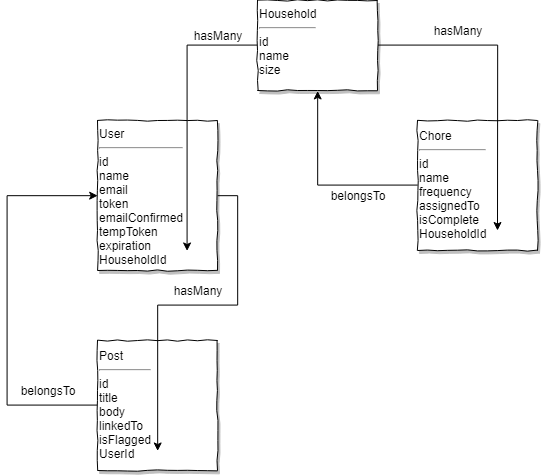
Above: images/dblayout.png in ejhalpin/Project2 (draw.io), before the change. Source tidied: cells renumbered, new cells last; positions are measured from the earlier drawing's top-left corner, leaving out a move shared by most shapes. Source of this version:
```xml
<mxGraphModel background="#FFFFFF">
  <root>
    <mxCell id="0" />
    <mxCell id="1" parent="0" />
    <mxCell id="2" style="edgeStyle=orthogonalEdgeStyle;rounded=0;jettySize=auto;html=1;exitX=0;exitY=0.5;exitDx=0;exitDy=0;entryX=0;entryY=0.5;entryDx=0;entryDy=0;" parent="1" edge="1" source="3" target="7">
      <mxGeometry relative="1" as="geometry">
        <Array as="points">
          <mxPoint y="405" />
          <mxPoint y="195" />
        </Array>
      </mxGeometry>
    </mxCell>
    <mxCell id="3" value="Post&lt;br&gt;&lt;hr&gt;id&lt;br&gt;title&lt;br&gt;body&lt;br&gt;linkedTo&lt;br&gt;isFlagged&lt;br&gt;UserId" style="rounded=0;whiteSpace=wrap;html=1;comic=1;shadow=1;align=left;" parent="1" vertex="1">
      <mxGeometry x="90" y="340" width="120" height="130" as="geometry" />
    </mxCell>
    <mxCell id="4" style="edgeStyle=orthogonalEdgeStyle;rounded=0;jettySize=auto;html=1;exitX=0;exitY=0.5;exitDx=0;exitDy=0;entryX=0.5;entryY=1;entryDx=0;entryDy=0;" parent="1" edge="1" source="5" target="10">
      <mxGeometry relative="1" as="geometry" />
    </mxCell>
    <mxCell id="5" value="Chore&lt;br&gt;&lt;hr&gt;id&lt;br&gt;name&lt;br&gt;frequency&lt;br&gt;assignedTo&lt;br&gt;isComplete&lt;br&gt;HouseholdId" style="rounded=0;whiteSpace=wrap;html=1;shadow=1;labelPosition=center;verticalLabelPosition=middle;align=left;verticalAlign=middle;comic=1;" parent="1" vertex="1">
      <mxGeometry x="410" y="120" width="120" height="130" as="geometry" />
    </mxCell>
    <mxCell id="6" style="edgeStyle=orthogonalEdgeStyle;rounded=0;jettySize=auto;html=1;exitX=1;exitY=0.5;exitDx=0;exitDy=0;entryX=0.5;entryY=0.846;entryDx=0;entryDy=0;entryPerimeter=0;" parent="1" edge="1" source="7" target="3">
      <mxGeometry relative="1" as="geometry" />
    </mxCell>
    <mxCell id="7" value="User&lt;br&gt;&lt;hr&gt;id&lt;br&gt;name&lt;br&gt;email&lt;br&gt;token&lt;br&gt;emailConfirmed&lt;br&gt;tempToken&lt;br&gt;expiration&lt;br&gt;HouseholdId" style="rounded=0;whiteSpace=wrap;html=1;align=left;shadow=1;verticalAlign=top;glass=0;comic=1;" parent="1" vertex="1">
      <mxGeometry x="90" y="120" width="120" height="150" as="geometry" />
    </mxCell>
    <mxCell id="8" style="edgeStyle=orthogonalEdgeStyle;rounded=0;jettySize=auto;html=1;exitX=1;exitY=0.5;exitDx=0;exitDy=0;" parent="1" edge="1" source="10">
      <mxGeometry relative="1" as="geometry">
        <mxPoint x="490" y="230" as="targetPoint" />
      </mxGeometry>
    </mxCell>
    <mxCell id="9" style="edgeStyle=orthogonalEdgeStyle;rounded=0;jettySize=auto;html=1;exitX=0;exitY=0.5;exitDx=0;exitDy=0;entryX=0.75;entryY=0.867;entryDx=0;entryDy=0;entryPerimeter=0;" parent="1" edge="1" source="10" target="7">
      <mxGeometry relative="1" as="geometry" />
    </mxCell>
    <mxCell id="10" value="Household&lt;br&gt;&lt;hr&gt;id&amp;nbsp;&lt;br&gt;name&lt;br&gt;size" style="rounded=0;whiteSpace=wrap;html=1;align=left;perimeterSpacing=0;glass=0;shadow=1;labelPosition=center;verticalLabelPosition=middle;verticalAlign=top;comic=1;" parent="1" vertex="1">
      <mxGeometry x="250" width="120" height="90" as="geometry" />
    </mxCell>
    <mxCell id="11" value="hasMany" style="text;html=1;strokeColor=none;fillColor=none;align=center;verticalAlign=middle;whiteSpace=wrap;rounded=0;shadow=1;glass=0;comic=1;" parent="1" vertex="1">
      <mxGeometry x="170" y="25" width="80" height="20" as="geometry" />
    </mxCell>
    <mxCell id="12" value="hasMany" style="text;html=1;strokeColor=none;fillColor=none;align=center;verticalAlign=middle;whiteSpace=wrap;rounded=0;shadow=1;glass=0;comic=1;" parent="1" vertex="1">
      <mxGeometry x="410" y="20" width="80" height="20" as="geometry" />
    </mxCell>
    <mxCell id="13" value="belongsTo" style="text;html=1;strokeColor=none;fillColor=none;align=center;verticalAlign=middle;whiteSpace=wrap;rounded=0;shadow=1;glass=0;comic=1;" parent="1" vertex="1">
      <mxGeometry x="310" y="185" width="80" height="20" as="geometry" />
    </mxCell>
    <mxCell id="14" value="hasMany" style="text;html=1;strokeColor=none;fillColor=none;align=center;verticalAlign=middle;whiteSpace=wrap;rounded=0;shadow=1;glass=0;comic=1;" parent="1" vertex="1">
      <mxGeometry x="150" y="280" width="80" height="20" as="geometry" />
    </mxCell>
    <mxCell id="15" value="belongsTo" style="text;html=1;strokeColor=none;fillColor=none;align=center;verticalAlign=middle;whiteSpace=wrap;rounded=0;shadow=1;glass=0;comic=1;" parent="1" vertex="1">
      <mxGeometry y="380" width="80" height="20" as="geometry" />
    </mxCell>
  </root>
</mxGraphModel>
```
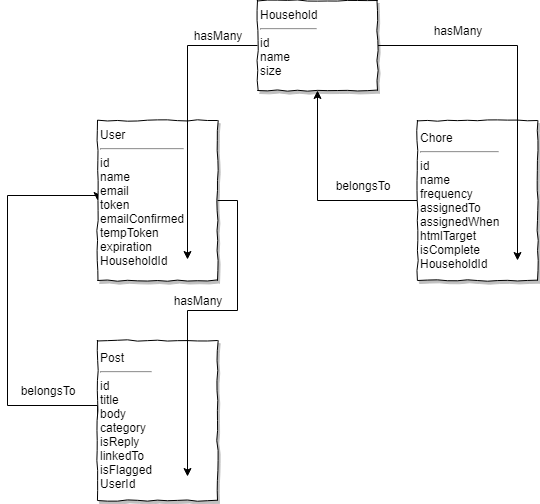
After the change.

Change to the diagram source:
```diff
@@ -10,25 +10,23 @@
         </Array>
       </mxGeometry>
     </mxCell>
-    <mxCell id="3" value="Post&lt;br&gt;&lt;hr&gt;id&lt;br&gt;title&lt;br&gt;body&lt;br&gt;linkedTo&lt;br&gt;isFlagged&lt;br&gt;UserId" style="rounded=0;whiteSpace=wrap;html=1;comic=1;shadow=1;align=left;" parent="1" vertex="1">
-      <mxGeometry x="90" y="340" width="120" height="130" as="geometry" />
+    <mxCell id="3" value="Post&lt;br&gt;&lt;hr&gt;id&lt;br&gt;title&lt;br&gt;body&lt;br&gt;category&lt;br&gt;isReply&lt;br&gt;linkedTo&lt;br&gt;isFlagged&lt;br&gt;UserId" style="rounded=0;whiteSpace=wrap;html=1;comic=1;shadow=1;align=left;" parent="1" vertex="1">
+      <mxGeometry x="90" y="340" width="120" height="160" as="geometry" />
     </mxCell>
     <mxCell id="4" style="edgeStyle=orthogonalEdgeStyle;rounded=0;jettySize=auto;html=1;exitX=0;exitY=0.5;exitDx=0;exitDy=0;entryX=0.5;entryY=1;entryDx=0;entryDy=0;" parent="1" edge="1" source="5" target="10">
       <mxGeometry relative="1" as="geometry" />
     </mxCell>
-    <mxCell id="5" value="Chore&lt;br&gt;&lt;hr&gt;id&lt;br&gt;name&lt;br&gt;frequency&lt;br&gt;assignedTo&lt;br&gt;isComplete&lt;br&gt;HouseholdId" style="rounded=0;whiteSpace=wrap;html=1;shadow=1;labelPosition=center;verticalLabelPosition=middle;align=left;verticalAlign=middle;comic=1;" parent="1" vertex="1">
-      <mxGeometry x="410" y="120" width="120" height="130" as="geometry" />
+    <mxCell id="5" value="Chore&lt;br&gt;&lt;hr&gt;id&lt;br&gt;name&lt;br&gt;frequency&lt;br&gt;assignedTo&lt;br&gt;assignedWhen&lt;br&gt;htmlTarget&lt;br&gt;isComplete&lt;br&gt;HouseholdId" style="rounded=0;whiteSpace=wrap;html=1;shadow=1;labelPosition=center;verticalLabelPosition=middle;align=left;verticalAlign=middle;comic=1;" parent="1" vertex="1">
+      <mxGeometry x="410" y="120" width="120" height="160" as="geometry" />
     </mxCell>
-    <mxCell id="6" style="edgeStyle=orthogonalEdgeStyle;rounded=0;jettySize=auto;html=1;exitX=1;exitY=0.5;exitDx=0;exitDy=0;entryX=0.5;entryY=0.846;entryDx=0;entryDy=0;entryPerimeter=0;" parent="1" edge="1" source="7" target="3">
+    <mxCell id="6" style="edgeStyle=orthogonalEdgeStyle;rounded=0;jettySize=auto;html=1;exitX=1;exitY=0.5;exitDx=0;exitDy=0;entryX=0.75;entryY=0.847;entryDx=0;entryDy=0;entryPerimeter=0;" parent="1" edge="1" source="7" target="3">
       <mxGeometry relative="1" as="geometry" />
     </mxCell>
     <mxCell id="7" value="User&lt;br&gt;&lt;hr&gt;id&lt;br&gt;name&lt;br&gt;email&lt;br&gt;token&lt;br&gt;emailConfirmed&lt;br&gt;tempToken&lt;br&gt;expiration&lt;br&gt;HouseholdId" style="rounded=0;whiteSpace=wrap;html=1;align=left;shadow=1;verticalAlign=top;glass=0;comic=1;" parent="1" vertex="1">
-      <mxGeometry x="90" y="120" width="120" height="150" as="geometry" />
+      <mxGeometry x="90" y="120" width="120" height="160" as="geometry" />
     </mxCell>
-    <mxCell id="8" style="edgeStyle=orthogonalEdgeStyle;rounded=0;jettySize=auto;html=1;exitX=1;exitY=0.5;exitDx=0;exitDy=0;" parent="1" edge="1" source="10">
-      <mxGeometry relative="1" as="geometry">
-        <mxPoint x="490" y="230" as="targetPoint" />
-      </mxGeometry>
+    <mxCell id="8" style="edgeStyle=orthogonalEdgeStyle;rounded=0;jettySize=auto;html=1;exitX=1;exitY=0.5;exitDx=0;exitDy=0;entryX=0.833;entryY=0.875;entryDx=0;entryDy=0;entryPerimeter=0;" parent="1" edge="1" source="10" target="5">
+      <mxGeometry relative="1" as="geometry" />
     </mxCell>
     <mxCell id="9" style="edgeStyle=orthogonalEdgeStyle;rounded=0;jettySize=auto;html=1;exitX=0;exitY=0.5;exitDx=0;exitDy=0;entryX=0.75;entryY=0.867;entryDx=0;entryDy=0;entryPerimeter=0;" parent="1" edge="1" source="10" target="7">
       <mxGeometry relative="1" as="geometry" />
@@ -43,10 +41,10 @@
       <mxGeometry x="410" y="20" width="80" height="20" as="geometry" />
     </mxCell>
     <mxCell id="13" value="belongsTo" style="text;html=1;strokeColor=none;fillColor=none;align=center;verticalAlign=middle;whiteSpace=wrap;rounded=0;shadow=1;glass=0;comic=1;" parent="1" vertex="1">
-      <mxGeometry x="310" y="185" width="80" height="20" as="geometry" />
+      <mxGeometry x="315" y="175" width="80" height="20" as="geometry" />
     </mxCell>
     <mxCell id="14" value="hasMany" style="text;html=1;strokeColor=none;fillColor=none;align=center;verticalAlign=middle;whiteSpace=wrap;rounded=0;shadow=1;glass=0;comic=1;" parent="1" vertex="1">
-      <mxGeometry x="150" y="280" width="80" height="20" as="geometry" />
+      <mxGeometry x="150" y="290" width="80" height="20" as="geometry" />
     </mxCell>
     <mxCell id="15" value="belongsTo" style="text;html=1;strokeColor=none;fillColor=none;align=center;verticalAlign=middle;whiteSpace=wrap;rounded=0;shadow=1;glass=0;comic=1;" parent="1" vertex="1">
       <mxGeometry y="380" width="80" height="20" as="geometry" />
```
